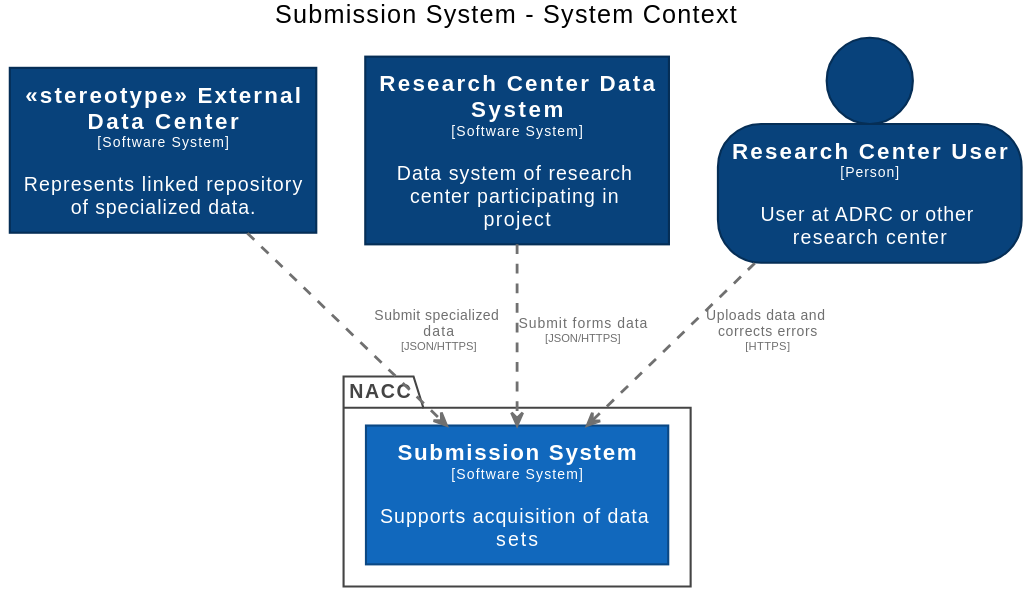
The PlantUML diagram docs/images/structurizr-SubmissionContext.svg in naccdata/system-design, before a commit. Its diagram source:
```plantuml
@startuml
title Submission System - System Context

top to bottom direction

skinparam {
  shadowing false
  arrowFontSize 10
  defaultTextAlignment center
  wrapWidth 200
  maxMessageSize 100
}

hide stereotype

skinparam rectangle<<stereotypeExternalDataCenter>> {
  BackgroundColor #08427b
  FontColor #ffffff
  BorderColor #052e56
}
skinparam rectangle<<ResearchCenterDataSystem>> {
  BackgroundColor #08427b
  FontColor #ffffff
  BorderColor #052e56
}
skinparam person<<ResearchCenterUser>> {
  BackgroundColor #08427b
  FontColor #ffffff
  BorderColor #052e56
}
skinparam rectangle<<SubmissionSystem>> {
  BackgroundColor #1168bd
  FontColor #ffffff
  BorderColor #0b4884
}

package "NACC" <<enterprise>> {
  skinparam PackageBorderColor<<enterprise>> #444444
  skinparam PackageFontColor<<enterprise>> #444444

  rectangle "==Submission System\n<size:10>[Software System]</size>\n\nSupports acquisition of data sets" <<SubmissionSystem>> as SubmissionSystem
}

rectangle "==<<stereotype>> External Data Center\n<size:10>[Software System]</size>\n\nRepresents linked repository of specialized data." <<stereotypeExternalDataCenter>> as stereotypeExternalDataCenter
rectangle "==Research Center Data System\n<size:10>[Software System]</size>\n\nData system of research center participating in project" <<ResearchCenterDataSystem>> as ResearchCenterDataSystem
person "==Research Center User\n<size:10>[Person]</size>\n\nUser at ADRC or other research center" <<ResearchCenterUser>> as ResearchCenterUser

stereotypeExternalDataCenter .[#707070,thickness=2].> SubmissionSystem : "<color:#707070>Submit specialized data\n<color:#707070><size:8>[JSON/HTTPS]</size>"
ResearchCenterDataSystem .[#707070,thickness=2].> SubmissionSystem : "<color:#707070>Submit forms data\n<color:#707070><size:8>[JSON/HTTPS]</size>"
ResearchCenterUser .[#707070,thickness=2].> SubmissionSystem : "<color:#707070>Uploads data and corrects errors\n<color:#707070><size:8>[HTTPS]</size>"
@enduml
```
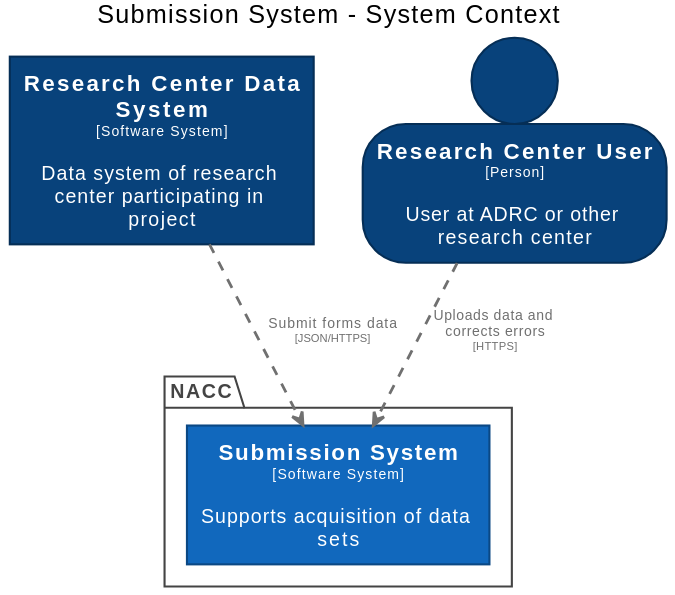
Above is the later version.

Change to the diagram source:
```diff
@@ -13,11 +13,6 @@
 
 hide stereotype
 
-skinparam rectangle<<stereotypeExternalDataCenter>> {
-  BackgroundColor #08427b
-  FontColor #ffffff
-  BorderColor #052e56
-}
 skinparam rectangle<<ResearchCenterDataSystem>> {
   BackgroundColor #08427b
   FontColor #ffffff
@@ -41,11 +36,9 @@
   rectangle "==Submission System\n<size:10>[Software System]</size>\n\nSupports acquisition of data sets" <<SubmissionSystem>> as SubmissionSystem
 }
 
-rectangle "==<<stereotype>> External Data Center\n<size:10>[Software System]</size>\n\nRepresents linked repository of specialized data." <<stereotypeExternalDataCenter>> as stereotypeExternalDataCenter
 rectangle "==Research Center Data System\n<size:10>[Software System]</size>\n\nData system of research center participating in project" <<ResearchCenterDataSystem>> as ResearchCenterDataSystem
 person "==Research Center User\n<size:10>[Person]</size>\n\nUser at ADRC or other research center" <<ResearchCenterUser>> as ResearchCenterUser
 
-stereotypeExternalDataCenter .[#707070,thickness=2].> SubmissionSystem : "<color:#707070>Submit specialized data\n<color:#707070><size:8>[JSON/HTTPS]</size>"
 ResearchCenterDataSystem .[#707070,thickness=2].> SubmissionSystem : "<color:#707070>Submit forms data\n<color:#707070><size:8>[JSON/HTTPS]</size>"
 ResearchCenterUser .[#707070,thickness=2].> SubmissionSystem : "<color:#707070>Uploads data and corrects errors\n<color:#707070><size:8>[HTTPS]</size>"
 @enduml
```
